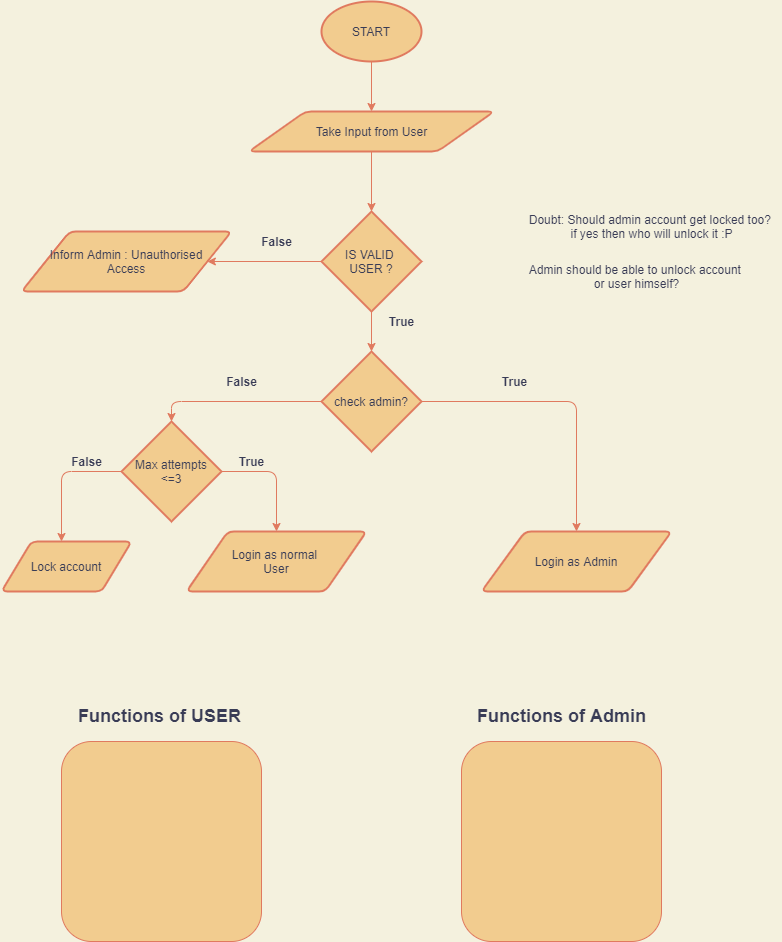
Before: BITS_1st_SEM_CP_FLOWCHART.png, a diagram exported from draw.io (SKGHD/bits_assignments). Source tidied: cells renumbered, new cells last; positions are measured from the earlier drawing's top-left corner, leaving out a move shared by most shapes.
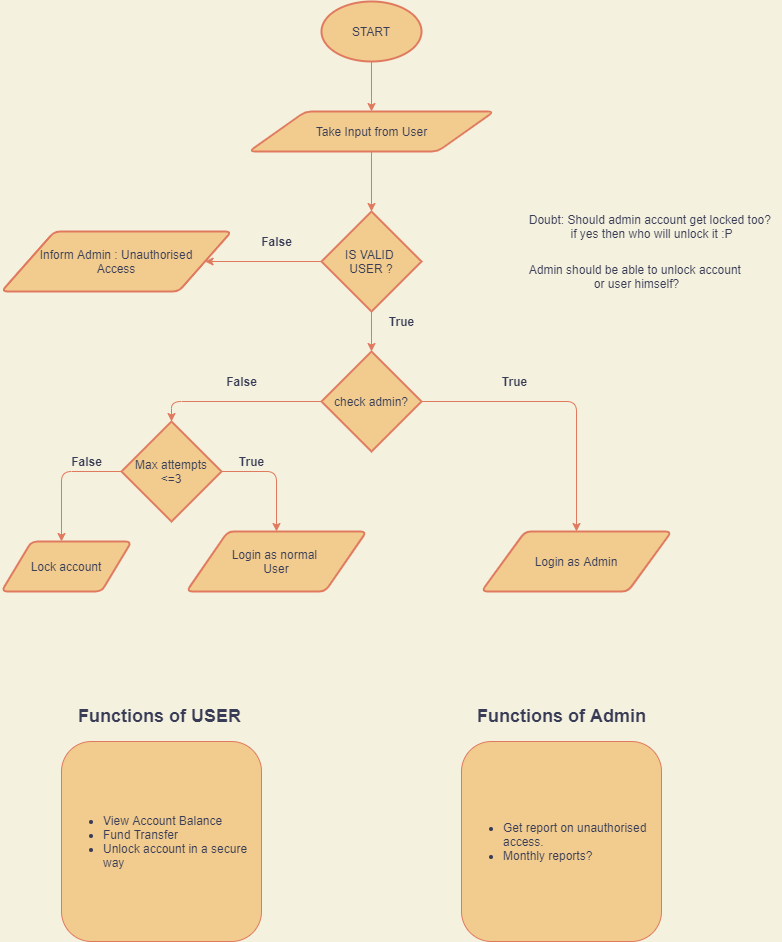
After the change.

What changed in the source:
```diff
@@ -51,15 +51,15 @@
       <mxGeometry x="185" y="530" width="180" height="60" as="geometry" />
     </mxCell>
     <mxCell id="18" value="Inform Admin : Unauthorised&lt;br&gt;Access" style="shape=parallelogram;html=1;strokeWidth=2;perimeter=parallelogramPerimeter;whiteSpace=wrap;arcSize=12;size=0.23;rounded=1;fillColor=#F2CC8F;strokeColor=#E07A5F;fontColor=#393C56;" parent="1" vertex="1">
-      <mxGeometry x="20" y="230" width="210" height="60" as="geometry" />
+      <mxGeometry y="230" width="230" height="60" as="geometry" />
     </mxCell>
-    <mxCell id="19" style="whiteSpace=wrap;html=1;align=left;rounded=1;fillColor=#F2CC8F;strokeColor=#E07A5F;fontColor=#393C56;" parent="1" vertex="1">
+    <mxCell id="19" value="&lt;ul&gt;&lt;li&gt;View Account Balance&lt;/li&gt;&lt;li&gt;Fund Transfer&lt;/li&gt;&lt;li&gt;Unlock account in a secure&amp;nbsp;&lt;br&gt;way&lt;/li&gt;&lt;/ul&gt;" style="whiteSpace=wrap;html=1;align=left;rounded=1;fillColor=#F2CC8F;strokeColor=#E07A5F;fontColor=#393C56;" parent="1" vertex="1">
       <mxGeometry x="60" y="740" width="200" height="200" as="geometry" />
     </mxCell>
     <mxCell id="20" value="&lt;h2&gt;Functions of USER&lt;/h2&gt;" style="text;html=1;align=center;verticalAlign=middle;strokeColor=none;rounded=1;fontColor=#393C56;" parent="1" vertex="1">
       <mxGeometry x="67.5" y="690" width="180" height="50" as="geometry" />
     </mxCell>
-    <mxCell id="21" style="whiteSpace=wrap;html=1;align=left;rounded=1;fillColor=#F2CC8F;strokeColor=#E07A5F;fontColor=#393C56;" parent="1" vertex="1">
+    <mxCell id="21" value="&lt;ul&gt;&lt;li&gt;Get report on unauthorised&amp;nbsp;&lt;br&gt;access.&lt;/li&gt;&lt;li&gt;Monthly reports?&lt;/li&gt;&lt;/ul&gt;" style="whiteSpace=wrap;html=1;align=left;rounded=1;fillColor=#F2CC8F;strokeColor=#E07A5F;fontColor=#393C56;" parent="1" vertex="1">
       <mxGeometry x="460" y="740" width="200" height="200" as="geometry" />
     </mxCell>
     <mxCell id="22" value="&lt;h2&gt;Functions of Admin&lt;/h2&gt;" style="text;html=1;align=center;verticalAlign=middle;strokeColor=none;rounded=1;fontColor=#393C56;" parent="1" vertex="1">
```
